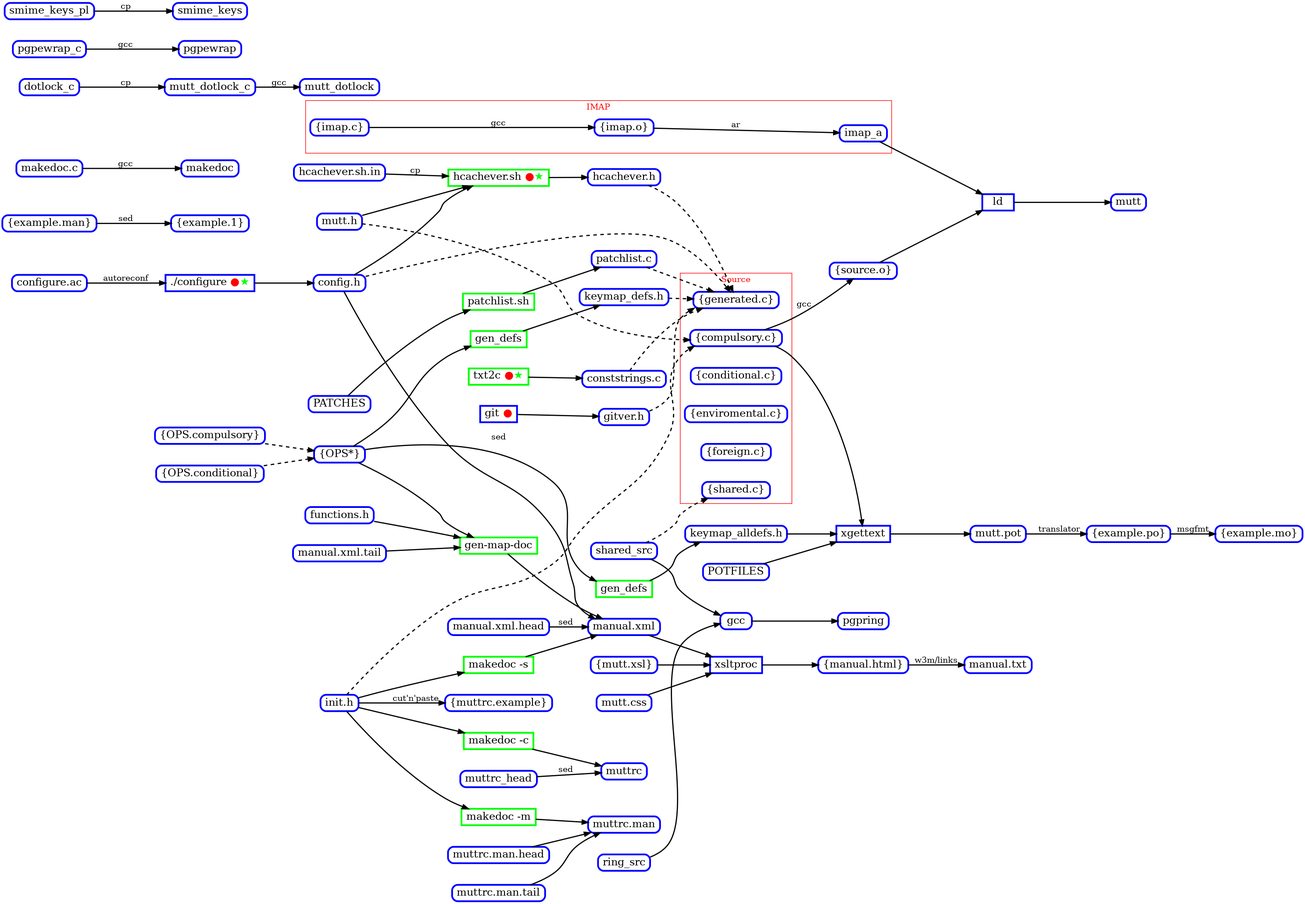
Before: images/make.png, a diagram exported from Graphviz (neomutt/neomutt.github.io). Its source is kept beside it as _dev/make.gv.
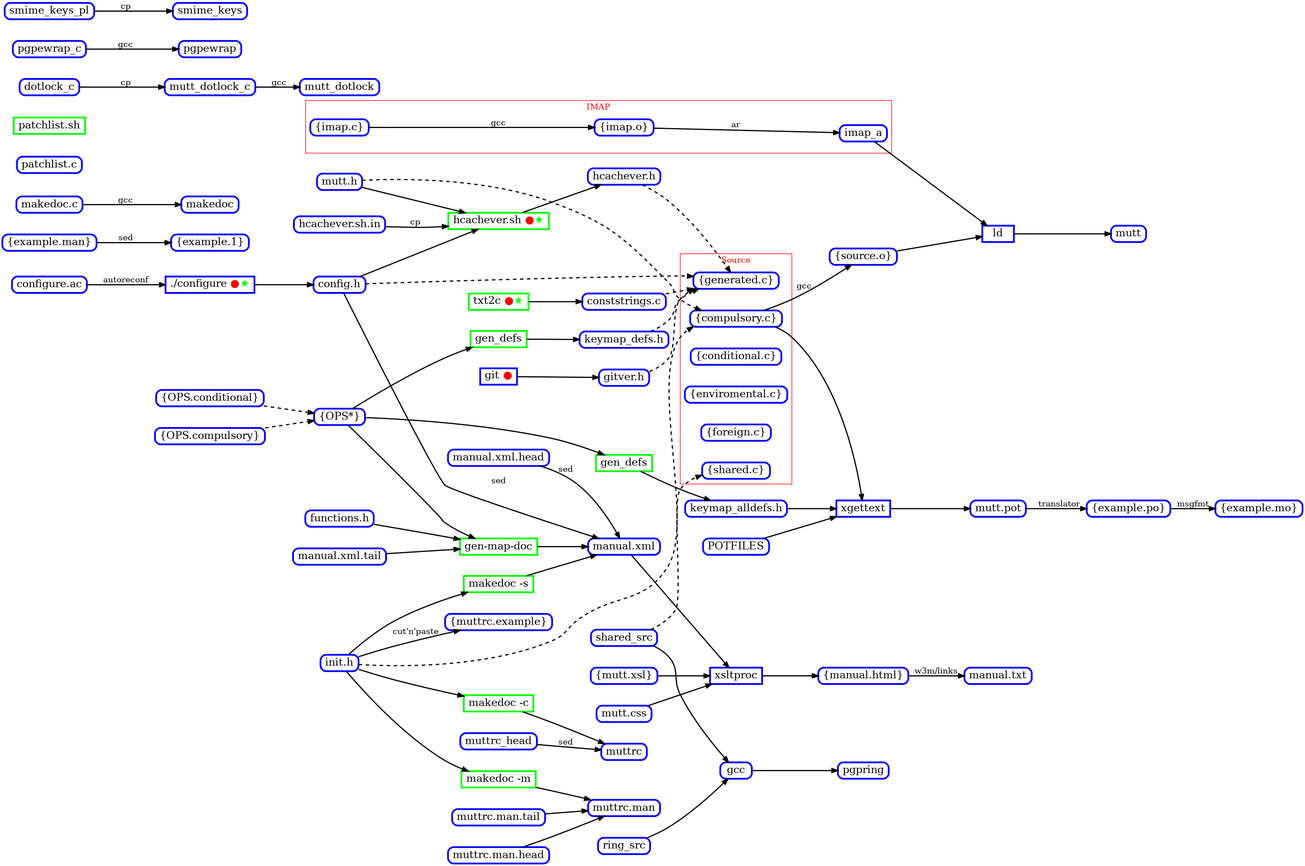
After the change.

Change to the diagram source:
```diff
@@ -92,10 +92,6 @@
 	hcachever_sh -> hcachever_h
 	hcachever_h -> generated [ style="dashed" ]
 
-	PATCHES -> patchlist_sh
-	patchlist_sh -> patchlist_c
-	patchlist_c -> generated [ style="dashed" ]
-
 	ops -> gen_defs
 	gen_defs -> keymap_defs_h
 	ops -> gen_alldefs
```
